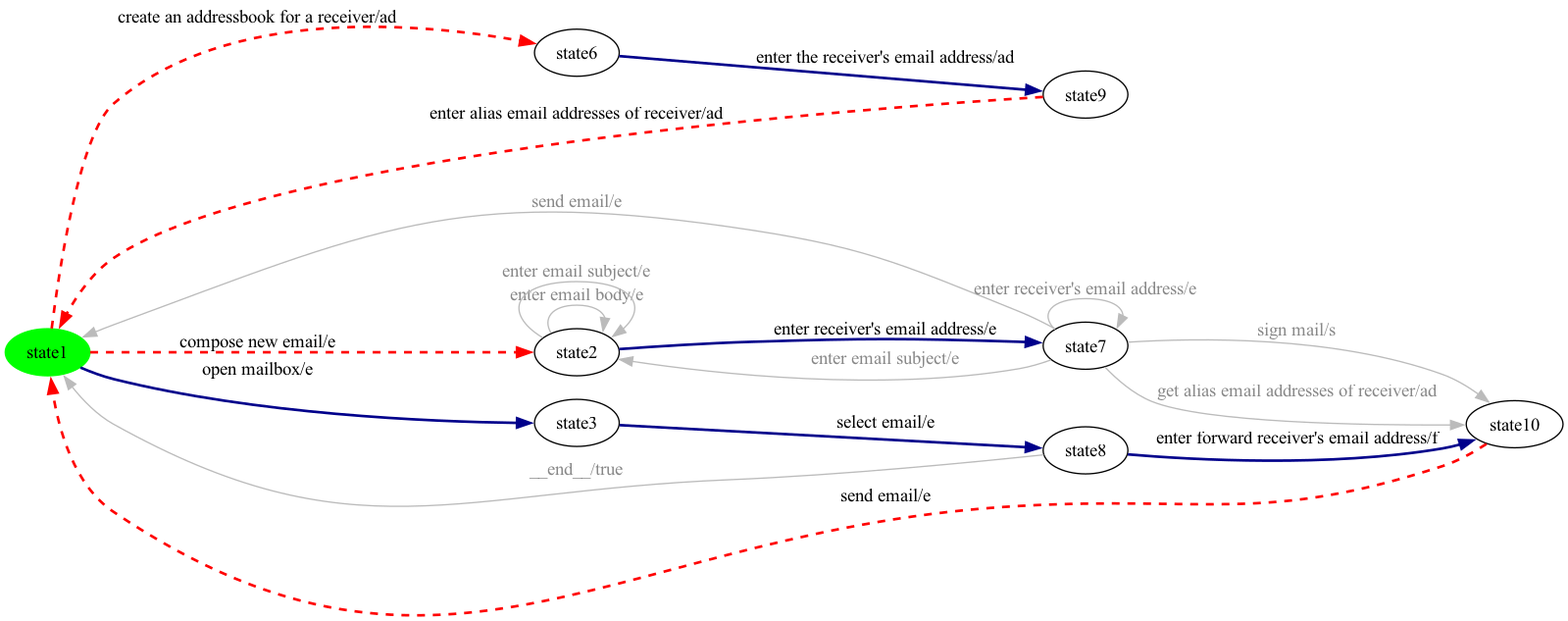
The Graphviz diagram milestone-reports/per-product-all-states/eMail/eMail-product17-walk.png in dilekozturk93/vibes, before a commit. Its source is kept beside it as milestone-reports/per-product-all-states/eMail/eMail-product17-walk.dot.
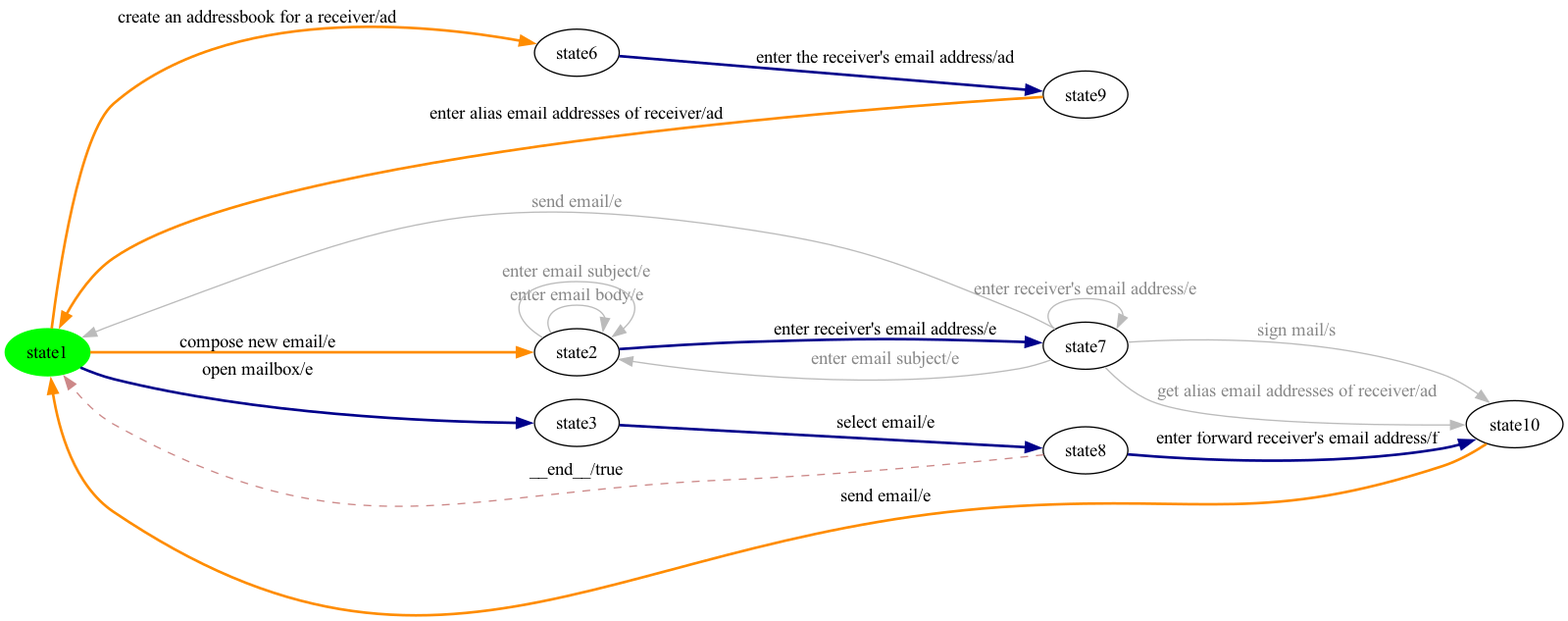
After the change.

The edit, as a diff of the source:
```diff
@@ -9,19 +9,19 @@
 state6 [ label = "state2" ];
 state7 [ label = "state3" ];
 state4 -> state0 [ label=" send email/e ", color="#bbbbbb", fontcolor="#888888" ];
-state1 -> state0 [ label=" enter alias email addresses of receiver/ad ", style=dashed, color=red, penwidth=2 ];
+state1 -> state0 [ label=" enter alias email addresses of receiver/ad ", style=bold, color=darkorange, penwidth=2 ];
 state7 -> state3 [ label=" select email/e ", style=bold, color=darkblue, penwidth=2 ];
 state4 -> state5 [ label=" sign mail/s ", color="#bbbbbb", fontcolor="#888888" ];
 state6 -> state4 [ label=" enter receiver's email address/e ", style=bold, color=darkblue, penwidth=2 ];
 state4 -> state6 [ label=" enter email subject/e ", color="#bbbbbb", fontcolor="#888888" ];
 state3 -> state5 [ label=" enter forward receiver's email address/f ", style=bold, color=darkblue, penwidth=2 ];
-state3 -> state0 [ label=" __end__/true ", color="#bbbbbb", fontcolor="#888888" ];
+state3 -> state0 [ label=" __end__/true ", style=dashed, color="#cc8888" ];
 state0 -> state7 [ label=" open mailbox/e ", style=bold, color=darkblue, penwidth=2 ];
-state0 -> state2 [ label=" create an addressbook for a receiver/ad ", style=dashed, color=red, penwidth=2 ];
-state0 -> state6 [ label=" compose new email/e ", style=dashed, color=red, penwidth=2 ];
+state0 -> state2 [ label=" create an addressbook for a receiver/ad ", style=bold, color=darkorange, penwidth=2 ];
+state0 -> state6 [ label=" compose new email/e ", style=bold, color=darkorange, penwidth=2 ];
 state6 -> state6 [ label=" enter email body/e ", color="#bbbbbb", fontcolor="#888888" ];
 state6 -> state6 [ label=" enter email subject/e ", color="#bbbbbb", fontcolor="#888888" ];
-state5 -> state0 [ label=" send email/e ", style=dashed, color=red, penwidth=2 ];
+state5 -> state0 [ label=" send email/e ", style=bold, color=darkorange, penwidth=2 ];
 state2 -> state1 [ label=" enter the receiver's email address/ad ", style=bold, color=darkblue, penwidth=2 ];
 state4 -> state4 [ label=" enter receiver's email address/e ", color="#bbbbbb", fontcolor="#888888" ];
 state4 -> state5 [ label=" get alias email addresses of receiver/ad ", color="#bbbbbb", fontcolor="#888888" ];
```
